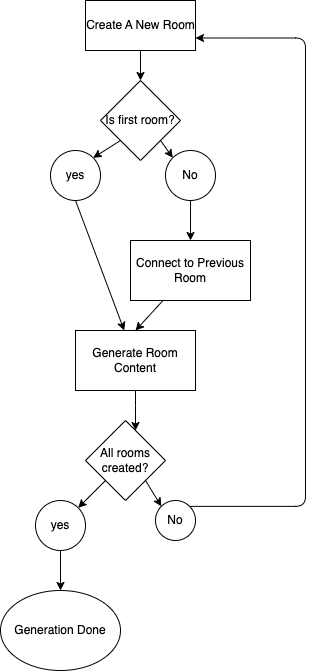
warlicks/dungon-adventrue keeps this draw.io diagram as doc/dungeon_creation_flow.drawio.png. Above is the earlier version. Source tidied: cells renumbered, new cells last; positions are measured from the earlier drawing's top-left corner, leaving out a move shared by most shapes.
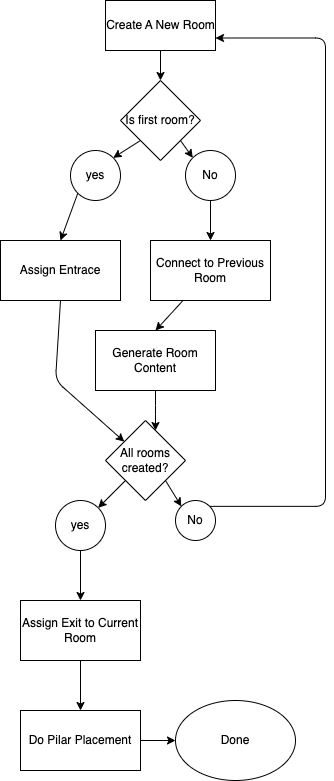
Later version of the same file.

Commit message:
Added content creation and objective placement to the creation process.

Change to the diagram source:
```diff
@@ -17,9 +17,9 @@
     <mxCell id="6" value="Is first room?&lt;br&gt;" style="rhombus;whiteSpace=wrap;html=1;" parent="1" vertex="1">
       <mxGeometry x="100" y="80" width="80" height="80" as="geometry" />
     </mxCell>
-    <mxCell id="7" style="edgeStyle=none;html=1;exitX=0.5;exitY=1;exitDx=0;exitDy=0;" parent="1" edge="1" source="8" target="10">
-      <mxGeometry relative="1" as="geometry" />
-    </mxCell>
+    <mxCell id="23" style="edgeStyle=none;html=1;exitX=0;exitY=1;exitDx=0;exitDy=0;entryX=0.5;entryY=0;entryDx=0;entryDy=0;" parent="1" edge="1" source="8" target="26">
+      <mxGeometry relative="1" as="geometry" />
+    </mxCell>
     <mxCell id="8" value="yes" style="ellipse;whiteSpace=wrap;html=1;" parent="1" vertex="1">
       <mxGeometry x="50" y="150" width="50" height="50" as="geometry" />
     </mxCell>
@@ -60,14 +60,36 @@
     <mxCell id="19" value="No" style="ellipse;whiteSpace=wrap;html=1;" parent="1" vertex="1">
       <mxGeometry x="155" y="500" width="40" height="40" as="geometry" />
     </mxCell>
-    <mxCell id="20" style="edgeStyle=none;html=1;exitX=0.5;exitY=1;exitDx=0;exitDy=0;" parent="1" edge="1" source="21" target="22">
-      <mxGeometry relative="1" as="geometry" />
-    </mxCell>
+    <mxCell id="24" style="edgeStyle=none;html=1;exitX=0.5;exitY=1;exitDx=0;exitDy=0;entryX=0.5;entryY=0;entryDx=0;entryDy=0;" parent="1" edge="1" source="21" target="28">
+      <mxGeometry relative="1" as="geometry" />
+    </mxCell>
     <mxCell id="21" value="yes" style="ellipse;whiteSpace=wrap;html=1;" parent="1" vertex="1">
       <mxGeometry x="35" y="500" width="50" height="50" as="geometry" />
     </mxCell>
-    <mxCell id="22" value="Generation Done" style="ellipse;whiteSpace=wrap;html=1;" parent="1" vertex="1">
-      <mxGeometry y="590" width="120" height="80" as="geometry" />
-    </mxCell>
+    <mxCell id="25" style="edgeStyle=none;html=1;exitX=0.5;exitY=1;exitDx=0;exitDy=0;" parent="1" edge="1" source="26" target="17">
+      <mxGeometry relative="1" as="geometry">
+        <Array as="points">
+          <mxPoint x="35" y="380" />
+        </Array>
+      </mxGeometry>
+    </mxCell>
+    <mxCell id="26" value="Assign Entrace" style="rounded=0;whiteSpace=wrap;html=1;" parent="1" vertex="1">
+      <mxGeometry x="-20" y="240" width="120" height="60" as="geometry" />
+    </mxCell>
+    <mxCell id="27" style="edgeStyle=none;html=1;exitX=0.5;exitY=1;exitDx=0;exitDy=0;entryX=0.5;entryY=0;entryDx=0;entryDy=0;" parent="1" edge="1" source="28" target="30">
+      <mxGeometry relative="1" as="geometry" />
+    </mxCell>
+    <mxCell id="28" value="Assign Exit to Current Room" style="rounded=0;whiteSpace=wrap;html=1;" parent="1" vertex="1">
+      <mxGeometry y="600" width="120" height="60" as="geometry" />
+    </mxCell>
+    <mxCell id="29" style="edgeStyle=none;html=1;exitX=1;exitY=0.5;exitDx=0;exitDy=0;entryX=0;entryY=0.5;entryDx=0;entryDy=0;" parent="1" edge="1" source="30" target="31">
+      <mxGeometry relative="1" as="geometry" />
+    </mxCell>
+    <mxCell id="30" value="Do Pilar Placement" style="rounded=0;whiteSpace=wrap;html=1;" parent="1" vertex="1">
+      <mxGeometry y="710" width="120" height="60" as="geometry" />
+    </mxCell>
+    <mxCell id="31" value="Done" style="ellipse;whiteSpace=wrap;html=1;" parent="1" vertex="1">
+      <mxGeometry x="155" y="700" width="120" height="80" as="geometry" />
+    </mxCell>
   </root>
 </mxGraphModel>
```
